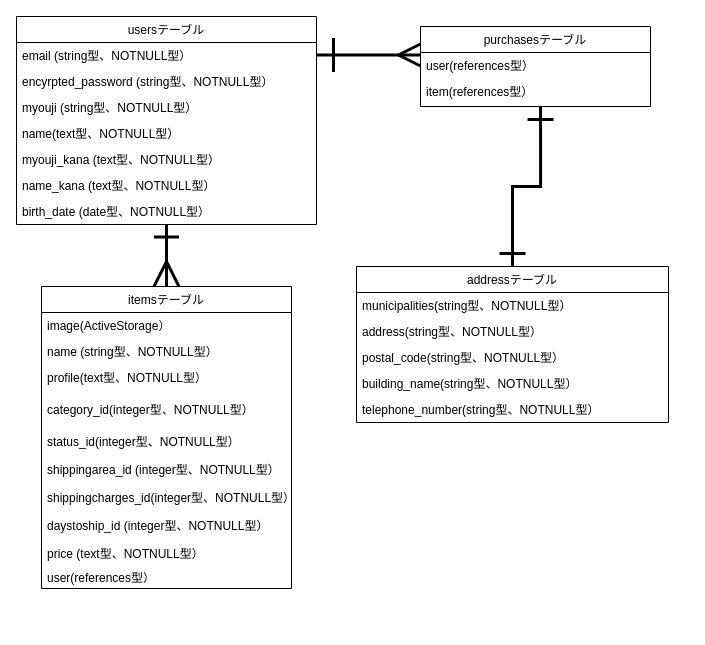
The draw.io diagram er図.dio in inoue1231/furima-36584, before the edit. Source tidied: cells renumbered, new cells numbered last; positions are measured from the earlier drawing's top-left corner, leaving out a move shared by most shapes. Both pictures are drawn from the tidied source at 100%, with x=0, y=0 at pixel (16, 16).
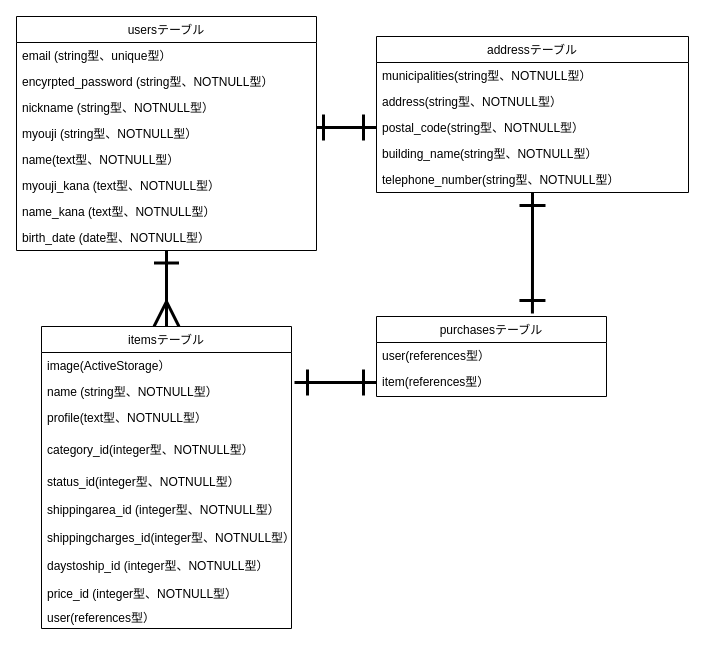
The same diagram, later.

The change refers to these unchanged cells:
```xml
<mxCell id="13" value="name (string型、NOTNULL型）" style="text;strokeColor=none;fillColor=none;align=left;verticalAlign=top;spacingLeft=4;spacingRight=4;overflow=hidden;points=[[0,0.5],[1,0.5]];portConstraint=eastwest;" parent="11" vertex="1">
  <mxGeometry y="52" width="250" height="26" as="geometry" />
</mxCell>
<mxCell id="25" value="item(references型）" style="text;strokeColor=none;fillColor=none;align=left;verticalAlign=top;spacingLeft=4;spacingRight=4;overflow=hidden;points=[[0,0.5],[1,0.5]];portConstraint=eastwest;" parent="23" vertex="1">
  <mxGeometry y="52" width="230" height="28" as="geometry" />
</mxCell>
<mxCell id="31" value="postal_code(string型、NOTNULL型）" style="text;strokeColor=none;fillColor=none;align=left;verticalAlign=top;spacingLeft=4;spacingRight=4;overflow=hidden;points=[[0,0.5],[1,0.5]];portConstraint=eastwest;" parent="28" vertex="1">
  <mxGeometry y="78" width="312" height="26" as="geometry" />
</mxCell>
```

What changed in the source:
```diff
@@
     <mxCell id="2" value="usersテーブル" style="swimlane;fontStyle=0;horizontal=1;startSize=26;" parent="1" vertex="1">
-      <mxGeometry width="300" height="208" as="geometry" />
+      <mxGeometry width="300" height="234" as="geometry" />
     </mxCell>
-    <mxCell id="3" value="email (string型、NOTNULL型）" style="text;strokeColor=none;fillColor=none;align=left;verticalAlign=top;spacingLeft=4;spacingRight=4;overflow=hidden;" parent="2" vertex="1">
+    <mxCell id="3" value="email (string型、unique型）" style="text;strokeColor=none;fillColor=none;align=left;verticalAlign=top;spacingLeft=4;spacingRight=4;overflow=hidden;" parent="2" vertex="1">
       <mxGeometry y="26" width="300" height="26" as="geometry" />
     </mxCell>
@@
+    <mxCell id="34" value="nickname (string型、NOTNULL型）" style="text;strokeColor=none;fillColor=none;align=left;verticalAlign=top;spacingLeft=4;spacingRight=4;overflow=hidden;" parent="2" vertex="1">
+      <mxGeometry y="78" width="300" height="26" as="geometry" />
+    </mxCell>
     <mxCell id="5" value="myouji (string型、NOTNULL型）" style="text;strokeColor=none;fillColor=none;align=left;verticalAlign=top;spacingLeft=4;spacingRight=4;overflow=hidden;" parent="2" vertex="1">
-      <mxGeometry y="78" width="300" height="26" as="geometry" />
+      <mxGeometry y="104" width="300" height="26" as="geometry" />
     </mxCell>
     <mxCell id="6" value="name(text型、NOTNULL型）" style="text;strokeColor=none;fillColor=none;align=left;verticalAlign=top;spacingLeft=4;spacingRight=4;overflow=hidden;" parent="2" vertex="1">
-      <mxGeometry y="104" width="300" height="26" as="geometry" />
+      <mxGeometry y="130" width="300" height="26" as="geometry" />
     </mxCell>
     <mxCell id="7" value="myouji_kana (text型、NOTNULL型）" style="text;strokeColor=none;fillColor=none;align=left;verticalAlign=top;spacingLeft=4;spacingRight=4;overflow=hidden;" parent="2" vertex="1">
-      <mxGeometry y="130" width="300" height="26" as="geometry" />
+      <mxGeometry y="156" width="300" height="26" as="geometry" />
     </mxCell>
     <mxCell id="8" value="name_kana (text型、NOTNULL型）" style="text;strokeColor=none;fillColor=none;align=left;verticalAlign=top;spacingLeft=4;spacingRight=4;overflow=hidden;" parent="2" vertex="1">
-      <mxGeometry y="156" width="300" height="26" as="geometry" />
+      <mxGeometry y="182" width="300" height="26" as="geometry" />
     </mxCell>
     <mxCell id="9" value="birth_date (date型、NOTNULL型）" style="text;strokeColor=none;fillColor=none;align=left;verticalAlign=top;spacingLeft=4;spacingRight=4;overflow=hidden;points=[[0,0.5],[1,0.5]];portConstraint=eastwest;" parent="2" vertex="1">
-      <mxGeometry y="182" width="300" height="26" as="geometry" />
+      <mxGeometry y="208" width="300" height="26" as="geometry" />
     </mxCell>
@@
     <mxCell id="11" value="itemsテーブル" style="swimlane;fontStyle=0;horizontal=1;startSize=26;" parent="1" vertex="1">
-      <mxGeometry x="25" y="270" width="250" height="302" as="geometry" />
+      <mxGeometry x="25" y="310" width="250" height="302" as="geometry" />
     </mxCell>
@@
-    <mxCell id="20" value="price (text型、NOTNULL型）" style="text;strokeColor=none;fillColor=none;align=left;verticalAlign=top;spacingLeft=4;spacingRight=4;overflow=hidden;" parent="11" vertex="1">
+    <mxCell id="20" value="price_id (integer型、NOTNULL型）" style="text;strokeColor=none;fillColor=none;align=left;verticalAlign=top;spacingLeft=4;spacingRight=4;overflow=hidden;" parent="11" vertex="1">
       <mxGeometry y="254" width="250" height="24" as="geometry" />
     </mxCell>
@@
     <mxCell id="23" value="purchasesテーブル" style="swimlane;fontStyle=0;horizontal=1;startSize=26;" parent="1" vertex="1">
-      <mxGeometry x="404" y="10" width="230" height="80" as="geometry" />
+      <mxGeometry x="360" y="300" width="230" height="80" as="geometry" />
     </mxCell>
@@
-    <mxCell id="26" style="edgeStyle=orthogonalEdgeStyle;rounded=0;orthogonalLoop=1;jettySize=auto;html=1;endArrow=ERmany;endFill=0;startSize=30;strokeWidth=3;startArrow=ERone;startFill=0;endSize=18;" parent="1" edge="1">
-      <mxGeometry relative="1" as="geometry">
-        <mxPoint x="300" y="38.5" as="sourcePoint" />
-        <mxPoint x="404" y="38.5" as="targetPoint" />
-        <Array as="points">
-          <mxPoint x="300" y="38.5" />
-          <mxPoint x="404" y="38.5" />
-        </Array>
-      </mxGeometry>
-    </mxCell>
-    <mxCell id="27" style="edgeStyle=orthogonalEdgeStyle;rounded=0;jettySize=auto;html=1;exitX=0.5;exitY=0;exitDx=0;exitDy=0;entryX=0.522;entryY=1;entryDx=0;entryDy=0;entryPerimeter=0;endArrow=ERone;endFill=0;startArrow=ERone;startFill=0;endSize=22;startSize=22;strokeWidth=3;" parent="1" edge="1" source="28" target="25">
-      <mxGeometry relative="1" as="geometry" />
-    </mxCell>
+    <mxCell id="35" style="edgeStyle=orthogonalEdgeStyle;rounded=0;jettySize=auto;html=1;entryX=0.678;entryY=-0.037;entryDx=0;entryDy=0;entryPerimeter=0;startArrow=ERone;startFill=0;endArrow=ERone;endFill=0;startSize=22;endSize=22;strokeWidth=3;" parent="1" edge="1" source="28" target="23">
+      <mxGeometry relative="1" as="geometry" />
+    </mxCell>
     <mxCell id="28" value="addressテーブル" style="swimlane;fontStyle=0;horizontal=1;startSize=26;" parent="1" vertex="1">
-      <mxGeometry x="340" y="250" width="312" height="156" as="geometry" />
+      <mxGeometry x="360" y="20" width="312" height="156" as="geometry" />
     </mxCell>
@@
+    <mxCell id="36" style="edgeStyle=orthogonalEdgeStyle;rounded=0;jettySize=auto;html=1;exitX=0;exitY=0.5;exitDx=0;exitDy=0;startArrow=ERone;startFill=0;endArrow=ERone;endFill=0;startSize=22;endSize=22;strokeWidth=3;" parent="1" edge="1" source="31">
+      <mxGeometry relative="1" as="geometry">
+        <mxPoint x="320" y="111" as="targetPoint" />
+        <Array as="points">
+          <mxPoint x="300" y="111" />
+          <mxPoint x="300" y="111" />
+        </Array>
+      </mxGeometry>
+    </mxCell>
+    <mxCell id="37" style="edgeStyle=orthogonalEdgeStyle;rounded=0;jettySize=auto;html=1;entryX=1.012;entryY=0.154;entryDx=0;entryDy=0;entryPerimeter=0;startArrow=ERone;startFill=0;endArrow=ERone;endFill=0;startSize=22;endSize=22;strokeWidth=3;" parent="1" edge="1" source="25" target="13">
+      <mxGeometry relative="1" as="geometry" />
+    </mxCell>
```
